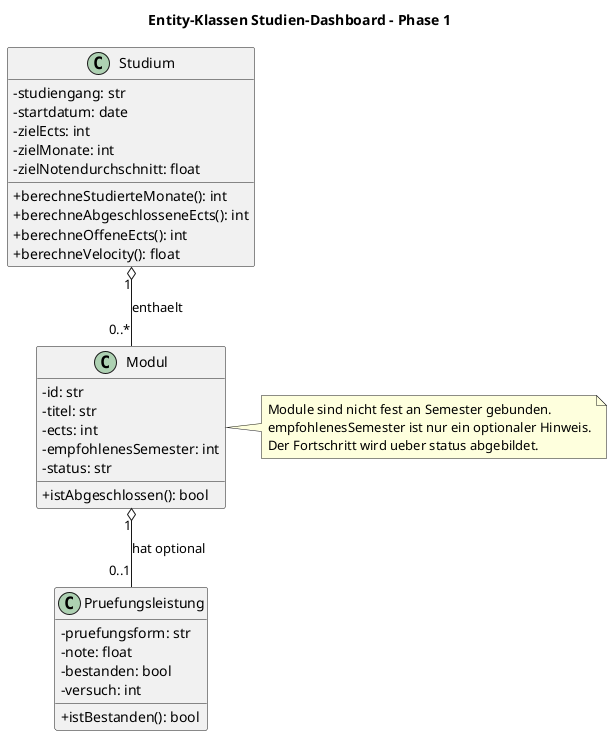
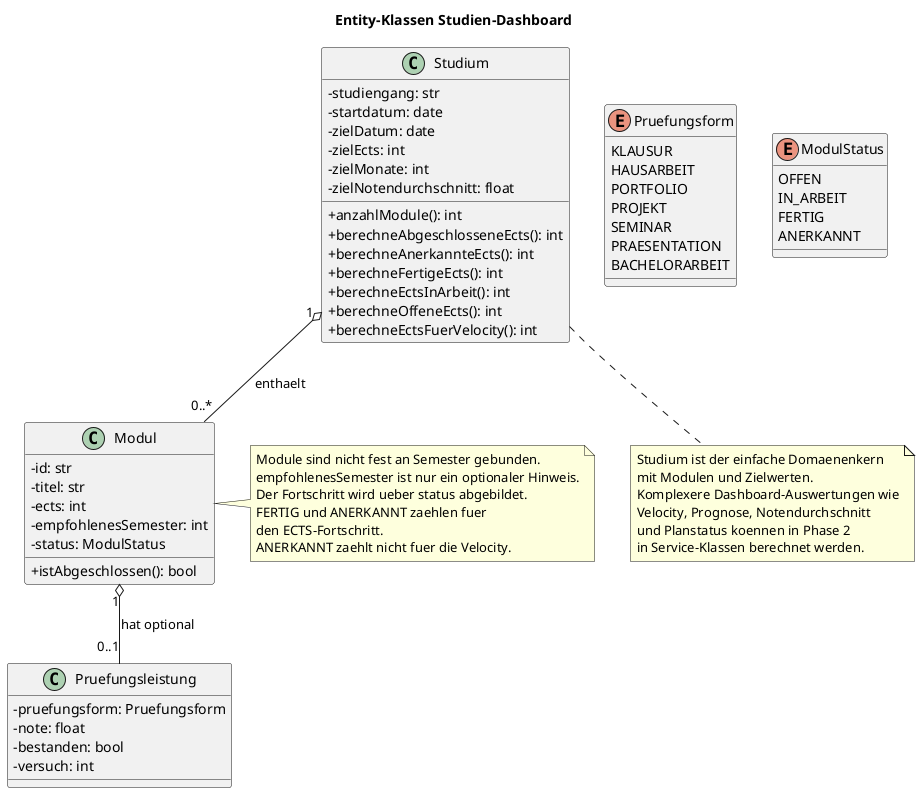
﻿@startuml
skinparam classAttributeIconSize 0

- title Entity-Klassen Studien-Dashboard - Phase 1
+ title Entity-Klassen Studien-Dashboard

class Studium {
  - studiengang: str
  - startdatum: date
+   - zielDatum: date
  - zielEcts: int
  - zielMonate: int
  - zielNotendurchschnitt: float
-   + berechneStudierteMonate(): int
+   + anzahlModule(): int
  + berechneAbgeschlosseneEcts(): int
+   + berechneAnerkannteEcts(): int
+   + berechneFertigeEcts(): int
+   + berechneEctsInArbeit(): int
  + berechneOffeneEcts(): int
-   + berechneVelocity(): float
+   + berechneEctsFuerVelocity(): int
}

class Modul {
  - id: str
  - titel: str
  - ects: int
  - empfohlenesSemester: int
-   - status: str
+   - status: ModulStatus
  + istAbgeschlossen(): bool
}

class Pruefungsleistung {
-   - pruefungsform: str
+   - pruefungsform: Pruefungsform
  - note: float
  - bestanden: bool
  - versuch: int
-   + istBestanden(): bool
+ }
+ 
+ enum Pruefungsform {
+   KLAUSUR
+   HAUSARBEIT
+   PORTFOLIO
+   PROJEKT
+   SEMINAR
+   PRAESENTATION
+   BACHELORARBEIT
+ }
+ 
+ enum ModulStatus {
+   OFFEN
+   IN_ARBEIT
+   FERTIG
+   ANERKANNT
}

Studium "1" o-- "0..*" Modul : enthaelt
Modul "1" o-- "0..1" Pruefungsleistung : hat optional

note right of Modul
  Module sind nicht fest an Semester gebunden.
  empfohlenesSemester ist nur ein optionaler Hinweis.
  Der Fortschritt wird ueber status abgebildet.
+   FERTIG und ANERKANNT zaehlen fuer
+   den ECTS-Fortschritt.
+   ANERKANNT zaehlt nicht fuer die Velocity.
+ end note
+ 
+ note bottom of Studium
+   Studium ist der einfache Domaenenkern
+   mit Modulen und Zielwerten.
+   Komplexere Dashboard-Auswertungen wie
+   Velocity, Prognose, Notendurchschnitt
+   und Planstatus koennen in Phase 2
+   in Service-Klassen berechnet werden.
end note

@enduml
